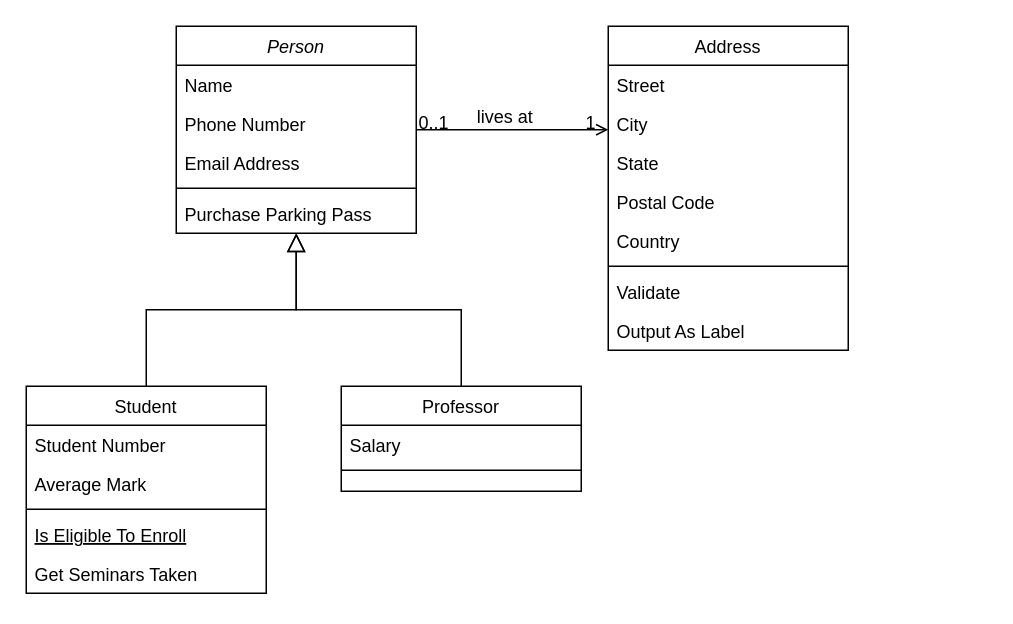
Before: Diagrama sin título.drawio in DavidOD17/3-Momento, a draw.io diagram. Source tidied: cells renumbered, new cells numbered last; positions are measured from the earlier drawing's top-left corner, leaving out a move shared by most shapes. Both pictures are drawn from the tidied source at 150%, with x=0, y=0 at pixel (26, 26).
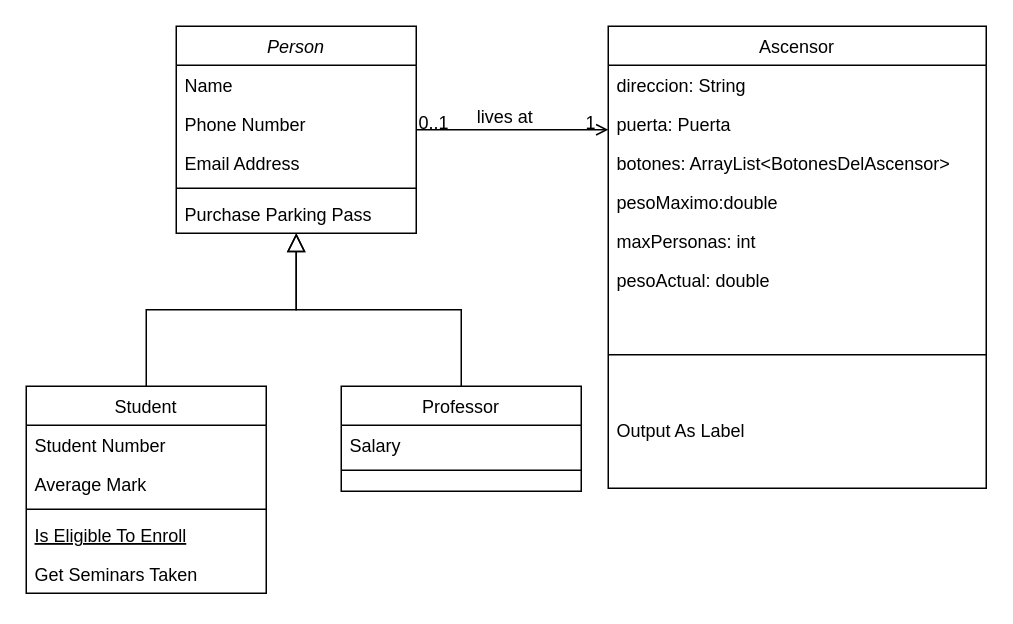
Above is the later version.

The edit, as a diff of the source:
```diff
@@
-    <mxCell id="19" value="Address" style="swimlane;fontStyle=0;align=center;verticalAlign=top;horizontal=1;startSize=26;rounded=0;shadow=0;strokeWidth=1;" parent="1" vertex="1">
-      <mxGeometry x="388" width="160" height="216" as="geometry" />
+    <mxCell id="19" value="Ascensor" style="swimlane;fontStyle=0;align=center;verticalAlign=top;horizontal=1;startSize=26;rounded=0;shadow=0;strokeWidth=1;" parent="1" vertex="1">
+      <mxGeometry x="388" width="252" height="308" as="geometry" />
     </mxCell>
-    <mxCell id="20" value="Street" style="text;align=left;verticalAlign=top;spacingLeft=4;spacingRight=4;overflow=hidden;" parent="19" vertex="1">
-      <mxGeometry y="26" width="160" height="26" as="geometry" />
+    <mxCell id="20" value="direccion: String" style="text;align=left;verticalAlign=top;spacingLeft=4;spacingRight=4;overflow=hidden;" parent="19" vertex="1">
+      <mxGeometry y="26" width="252" height="26" as="geometry" />
     </mxCell>
-    <mxCell id="21" value="City" style="text;align=left;verticalAlign=top;spacingLeft=4;spacingRight=4;overflow=hidden;rounded=0;shadow=0;html=0;" parent="19" vertex="1">
-      <mxGeometry y="52" width="160" height="26" as="geometry" />
+    <mxCell id="21" value="puerta: Puerta" style="text;align=left;verticalAlign=top;spacingLeft=4;spacingRight=4;overflow=hidden;rounded=0;shadow=0;html=0;" parent="19" vertex="1">
+      <mxGeometry y="52" width="252" height="26" as="geometry" />
     </mxCell>
-    <mxCell id="22" value="State" style="text;align=left;verticalAlign=top;spacingLeft=4;spacingRight=4;overflow=hidden;rounded=0;shadow=0;html=0;" parent="19" vertex="1">
-      <mxGeometry y="78" width="160" height="26" as="geometry" />
+    <mxCell id="22" value="botones: ArrayList&lt;BotonesDelAscensor&gt;" style="text;align=left;verticalAlign=top;spacingLeft=4;spacingRight=4;overflow=hidden;rounded=0;shadow=0;html=0;" parent="19" vertex="1">
+      <mxGeometry y="78" width="252" height="26" as="geometry" />
     </mxCell>
-    <mxCell id="23" value="Postal Code" style="text;align=left;verticalAlign=top;spacingLeft=4;spacingRight=4;overflow=hidden;rounded=0;shadow=0;html=0;" parent="19" vertex="1">
-      <mxGeometry y="104" width="160" height="26" as="geometry" />
+    <mxCell id="23" value="pesoMaximo:double" style="text;align=left;verticalAlign=top;spacingLeft=4;spacingRight=4;overflow=hidden;rounded=0;shadow=0;html=0;" parent="19" vertex="1">
+      <mxGeometry y="104" width="252" height="26" as="geometry" />
     </mxCell>
-    <mxCell id="24" value="Country" style="text;align=left;verticalAlign=top;spacingLeft=4;spacingRight=4;overflow=hidden;rounded=0;shadow=0;html=0;" parent="19" vertex="1">
-      <mxGeometry y="130" width="160" height="26" as="geometry" />
+    <mxCell id="24" value="maxPersonas: int&#10;" style="text;align=left;verticalAlign=top;spacingLeft=4;spacingRight=4;overflow=hidden;rounded=0;shadow=0;html=0;" parent="19" vertex="1">
+      <mxGeometry y="130" width="252" height="26" as="geometry" />
     </mxCell>
+    <mxCell id="32" value="pesoActual: double" style="text;align=left;verticalAlign=top;spacingLeft=4;spacingRight=4;overflow=hidden;rounded=0;shadow=0;html=0;" parent="19" vertex="1">
+      <mxGeometry y="156" width="252" height="26" as="geometry" />
+    </mxCell>
     <mxCell id="25" style="line;html=1;strokeWidth=1;align=left;verticalAlign=middle;spacingTop=-1;spacingLeft=3;spacingRight=3;labelPosition=right;" parent="19" vertex="1">
-      <mxGeometry y="156" width="160" height="8" as="geometry" />
+      <mxGeometry y="182" width="252" height="74" as="geometry" />
     </mxCell>
-    <mxCell id="26" value="Validate" style="text;align=left;verticalAlign=top;spacingLeft=4;spacingRight=4;overflow=hidden;" parent="19" vertex="1">
-      <mxGeometry y="164" width="160" height="26" as="geometry" />
-    </mxCell>
     <mxCell id="27" value="Output As Label" style="text;align=left;verticalAlign=top;spacingLeft=4;spacingRight=4;overflow=hidden;" parent="19" vertex="1">
-      <mxGeometry y="190" width="160" height="26" as="geometry" />
+      <mxGeometry y="256" width="252" height="26" as="geometry" />
     </mxCell>
```
